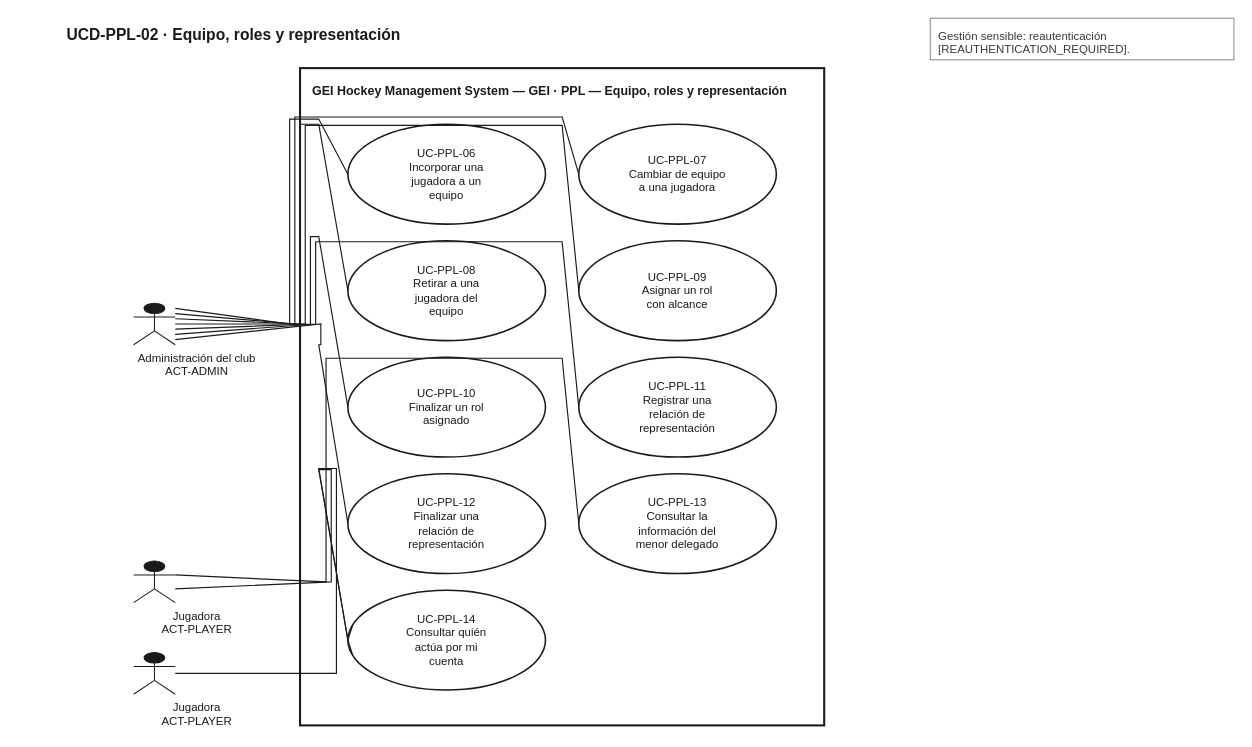
Above: docs/uml/use-cases/source-v1_1/UCD-PPL-02__GEI_Team_Roles_Representation.drawio in xeyroxpagode/Cluber (draw.io), before the change. Source tidied: cells renumbered, new cells numbered last; positions are measured from the earlier drawing's top-left corner, leaving out a move shared by most shapes. Both pictures are drawn from the tidied source at 104%, with x=0, y=0 at pixel (64, 18).
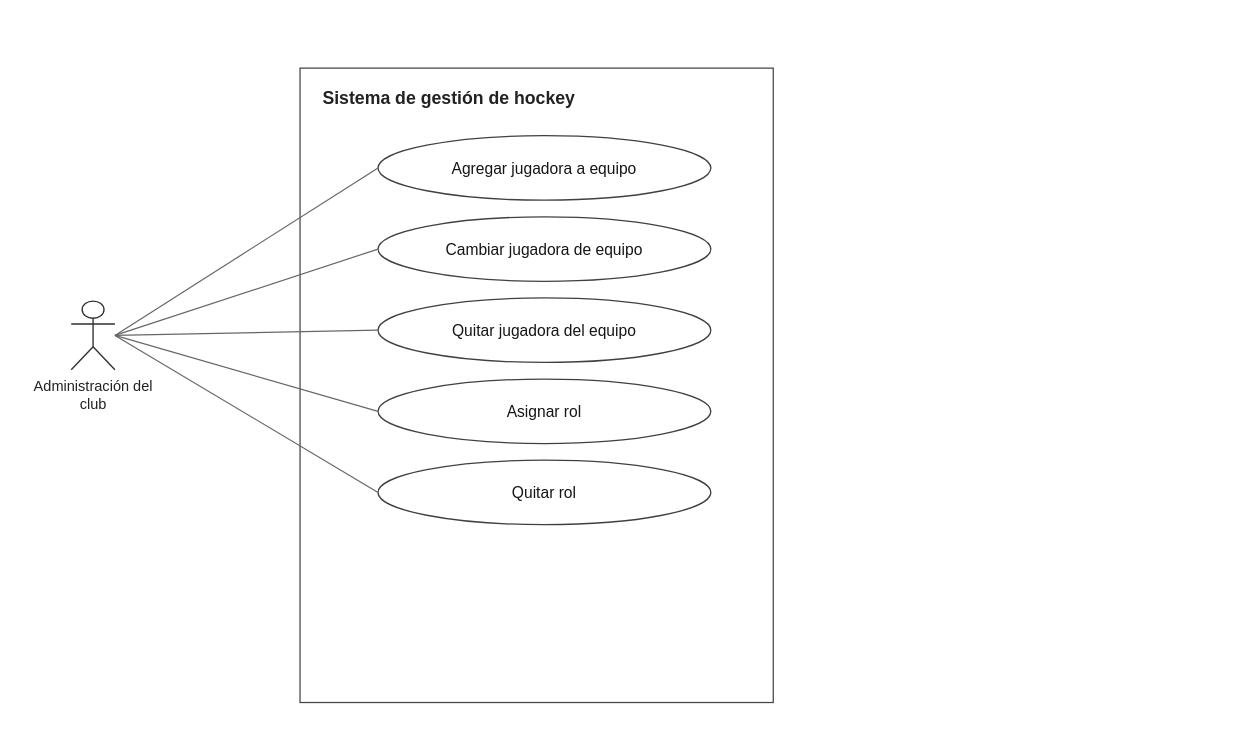
Above is the later version.

Change to the diagram source:
```diff
@@
-<mxGraphModel>
+<mxGraphModel background="#FFFFFF">
@@
-    <mxCell id="2" value="UCD-PPL-02 · Equipo, roles y representación" style="text;html=1;strokeColor=none;fillColor=none;align=left;verticalAlign=middle;fontFamily=Helvetica;fontSize=15;fontStyle=1;fontColor=#1A1A1A;" parent="1" vertex="1">
-      <mxGeometry y="2" width="800" height="26" as="geometry" />
-    </mxCell>
-    <mxCell id="3" value="GEI Hockey Management System — GEI · PPL — Equipo, roles y representación" style="rounded=0;whiteSpace=wrap;html=1;fillColor=#FFFFFF;strokeColor=#1A1A1A;strokeWidth=2;verticalAlign=top;align=left;spacingLeft=10;spacingTop=8;fontFamily=Helvetica;fontSize=12;fontStyle=1;fontColor=#1A1A1A;" parent="1" vertex="1">
-      <mxGeometry x="226" y="48" width="504" height="632" as="geometry" />
+    <mxCell id="3" value="Sistema de gestión de hockey" style="rounded=0;whiteSpace=wrap;html=1;fillColor=#FFFFFF;strokeColor=#444444;strokeWidth=1.2;fontStyle=1;fontSize=17;fontColor=#222222;align=left;verticalAlign=top;spacingLeft=20;spacingTop=13;" parent="1" vertex="1">
+      <mxGeometry x="226" y="48" width="455" height="610" as="geometry" />
     </mxCell>
-    <mxCell id="4" value="UC-PPL-06&lt;br&gt;Incorporar una&lt;br&gt;jugadora a un&lt;br&gt;equipo" style="ellipse;whiteSpace=wrap;html=1;fillColor=#FFFFFF;strokeColor=#1A1A1A;strokeWidth=1.5;fontFamily=Helvetica;fontSize=11;fontColor=#1A1A1A;align=center;verticalAlign=middle;" parent="1" vertex="1">
-      <mxGeometry x="272" y="102" width="190" height="96" as="geometry" />
-    </mxCell>
-    <mxCell id="5" value="UC-PPL-07&lt;br&gt;Cambiar de equipo&lt;br&gt;a una jugadora" style="ellipse;whiteSpace=wrap;html=1;fillColor=#FFFFFF;strokeColor=#1A1A1A;strokeWidth=1.5;fontFamily=Helvetica;fontSize=11;fontColor=#1A1A1A;align=center;verticalAlign=middle;" parent="1" vertex="1">
-      <mxGeometry x="494" y="102" width="190" height="96" as="geometry" />
-    </mxCell>
-    <mxCell id="6" value="UC-PPL-08&lt;br&gt;Retirar a una&lt;br&gt;jugadora del&lt;br&gt;equipo" style="ellipse;whiteSpace=wrap;html=1;fillColor=#FFFFFF;strokeColor=#1A1A1A;strokeWidth=1.5;fontFamily=Helvetica;fontSize=11;fontColor=#1A1A1A;align=center;verticalAlign=middle;" parent="1" vertex="1">
-      <mxGeometry x="272" y="214" width="190" height="96" as="geometry" />
-    </mxCell>
-    <mxCell id="7" value="UC-PPL-09&lt;br&gt;Asignar un rol&lt;br&gt;con alcance" style="ellipse;whiteSpace=wrap;html=1;fillColor=#FFFFFF;strokeColor=#1A1A1A;strokeWidth=1.5;fontFamily=Helvetica;fontSize=11;fontColor=#1A1A1A;align=center;verticalAlign=middle;" parent="1" vertex="1">
-      <mxGeometry x="494" y="214" width="190" height="96" as="geometry" />
-    </mxCell>
-    <mxCell id="8" value="UC-PPL-10&lt;br&gt;Finalizar un rol&lt;br&gt;asignado" style="ellipse;whiteSpace=wrap;html=1;fillColor=#FFFFFF;strokeColor=#1A1A1A;strokeWidth=1.5;fontFamily=Helvetica;fontSize=11;fontColor=#1A1A1A;align=center;verticalAlign=middle;" parent="1" vertex="1">
-      <mxGeometry x="272" y="326" width="190" height="96" as="geometry" />
-    </mxCell>
-    <mxCell id="9" value="UC-PPL-11&lt;br&gt;Registrar una&lt;br&gt;relación de&lt;br&gt;representación" style="ellipse;whiteSpace=wrap;html=1;fillColor=#FFFFFF;strokeColor=#1A1A1A;strokeWidth=1.5;fontFamily=Helvetica;fontSize=11;fontColor=#1A1A1A;align=center;verticalAlign=middle;" parent="1" vertex="1">
-      <mxGeometry x="494" y="326" width="190" height="96" as="geometry" />
-    </mxCell>
-    <mxCell id="10" value="UC-PPL-12&lt;br&gt;Finalizar una&lt;br&gt;relación de&lt;br&gt;representación" style="ellipse;whiteSpace=wrap;html=1;fillColor=#FFFFFF;strokeColor=#1A1A1A;strokeWidth=1.5;fontFamily=Helvetica;fontSize=11;fontColor=#1A1A1A;align=center;verticalAlign=middle;" parent="1" vertex="1">
-      <mxGeometry x="272" y="438" width="190" height="96" as="geometry" />
-    </mxCell>
-    <mxCell id="11" value="UC-PPL-13&lt;br&gt;Consultar la&lt;br&gt;información del&lt;br&gt;menor delegado" style="ellipse;whiteSpace=wrap;html=1;fillColor=#FFFFFF;strokeColor=#1A1A1A;strokeWidth=1.5;fontFamily=Helvetica;fontSize=11;fontColor=#1A1A1A;align=center;verticalAlign=middle;" parent="1" vertex="1">
-      <mxGeometry x="494" y="438" width="190" height="96" as="geometry" />
-    </mxCell>
-    <mxCell id="12" value="UC-PPL-14&lt;br&gt;Consultar quién&lt;br&gt;actúa por mi&lt;br&gt;cuenta" style="ellipse;whiteSpace=wrap;html=1;fillColor=#FFFFFF;strokeColor=#1A1A1A;strokeWidth=1.5;fontFamily=Helvetica;fontSize=11;fontColor=#1A1A1A;align=center;verticalAlign=middle;" parent="1" vertex="1">
-      <mxGeometry x="272" y="550" width="190" height="96" as="geometry" />
-    </mxCell>
-    <mxCell id="13" style="shape=umlActor;html=1;verticalLabelPosition=bottom;verticalAlign=top;align=center;labelBackgroundColor=#FFFFFF;fontFamily=Helvetica;fontSize=11;fontColor=#1A1A1A;strokeColor=#1A1A1A;fillColor=#1A1A1A;" parent="1" vertex="1">
-      <mxGeometry x="66" y="274" width="40" height="40" as="geometry" />
-    </mxCell>
-    <mxCell id="14" value="Administración del club&lt;br&gt;ACT-ADMIN" style="text;html=1;strokeColor=none;fillColor=none;align=center;verticalAlign=top;fontFamily=Helvetica;fontSize=11;fontColor=#1A1A1A;whiteSpace=wrap;" parent="1" vertex="1">
-      <mxGeometry x="42" y="314" width="170" height="28" as="geometry" />
-    </mxCell>
-    <mxCell id="15" style="shape=umlActor;html=1;verticalLabelPosition=bottom;verticalAlign=top;align=center;labelBackgroundColor=#FFFFFF;fontFamily=Helvetica;fontSize=11;fontColor=#1A1A1A;strokeColor=#1A1A1A;fillColor=#1A1A1A;" parent="1" vertex="1">
-      <mxGeometry x="66" y="522" width="40" height="40" as="geometry" />
-    </mxCell>
-    <mxCell id="16" value="Jugadora&lt;br&gt;ACT-PLAYER" style="text;html=1;strokeColor=none;fillColor=none;align=center;verticalAlign=top;fontFamily=Helvetica;fontSize=11;fontColor=#1A1A1A;whiteSpace=wrap;" parent="1" vertex="1">
-      <mxGeometry x="42" y="562" width="170" height="28" as="geometry" />
-    </mxCell>
-    <mxCell id="17" style="shape=umlActor;html=1;verticalLabelPosition=bottom;verticalAlign=top;align=center;labelBackgroundColor=#FFFFFF;fontFamily=Helvetica;fontSize=11;fontColor=#1A1A1A;strokeColor=#1A1A1A;fillColor=#1A1A1A;" parent="1" vertex="1">
-      <mxGeometry x="66" y="610" width="40" height="40" as="geometry" />
-    </mxCell>
-    <mxCell id="18" value="Jugadora&lt;br&gt;ACT-PLAYER" style="text;html=1;strokeColor=none;fillColor=none;align=center;verticalAlign=top;fontFamily=Helvetica;fontSize=11;fontColor=#1A1A1A;whiteSpace=wrap;" parent="1" vertex="1">
-      <mxGeometry x="42" y="650" width="170" height="28" as="geometry" />
-    </mxCell>
-    <mxCell id="19" value="Gestión sensible: reautenticación&lt;br&gt;[REAUTHENTICATION_REQUIRED]." style="rounded=0;whiteSpace=wrap;html=1;fillColor=#FFFFFF;strokeColor=#8C8C8C;strokeWidth=1;align=left;verticalAlign=top;spacingLeft=6;spacingTop=4;fontFamily=Helvetica;fontSize=11;fontColor=#3A3A3A;" parent="1" vertex="1">
-      <mxGeometry x="832" width="292" height="40" as="geometry" />
-    </mxCell>
-    <mxCell id="20" style="endArrow=none;html=1;rounded=0;strokeColor=#1A1A1A;strokeWidth=1.1;exitX=1;exitY=0.125;exitDx=0;exitDy=0;entryX=0;entryY=0.5;entryDx=0;entryDy=0;" parent="1" edge="1" source="13" target="4">
-      <mxGeometry relative="1" as="geometry">
-        <Array as="points">
-          <mxPoint x="216" y="294" />
-          <mxPoint x="216" y="97" />
-          <mxPoint x="244" y="97" />
-          <mxPoint x="272" y="150" />
-        </Array>
-      </mxGeometry>
-    </mxCell>
-    <mxCell id="21" style="endArrow=none;html=1;rounded=0;strokeColor=#1A1A1A;strokeWidth=1.1;exitX=1;exitY=0.25;exitDx=0;exitDy=0;entryX=0;entryY=0.5;entryDx=0;entryDy=0;" parent="1" edge="1" source="13" target="5">
-      <mxGeometry relative="1" as="geometry">
-        <Array as="points">
-          <mxPoint x="221" y="294" />
-          <mxPoint x="221" y="95" />
-          <mxPoint x="478" y="95" />
-          <mxPoint x="494" y="150" />
-        </Array>
-      </mxGeometry>
-    </mxCell>
-    <mxCell id="22" style="endArrow=none;html=1;rounded=0;strokeColor=#1A1A1A;strokeWidth=1.1;exitX=1;exitY=0.375;exitDx=0;exitDy=0;entryX=0;entryY=0.5;entryDx=0;entryDy=0;" parent="1" edge="1" source="13" target="6">
-      <mxGeometry relative="1" as="geometry">
-        <Array as="points">
-          <mxPoint x="226" y="294" />
-          <mxPoint x="226" y="102" />
-          <mxPoint x="244" y="102" />
-          <mxPoint x="272" y="262" />
-        </Array>
-      </mxGeometry>
-    </mxCell>
-    <mxCell id="23" style="endArrow=none;html=1;rounded=0;strokeColor=#1A1A1A;strokeWidth=1.1;exitX=1;exitY=0.5;exitDx=0;exitDy=0;entryX=0;entryY=0.5;entryDx=0;entryDy=0;" parent="1" edge="1" source="13" target="7">
-      <mxGeometry relative="1" as="geometry">
-        <Array as="points">
-          <mxPoint x="231" y="294" />
-          <mxPoint x="231" y="103" />
-          <mxPoint x="478" y="103" />
-          <mxPoint x="494" y="262" />
-        </Array>
-      </mxGeometry>
-    </mxCell>
-    <mxCell id="24" style="endArrow=none;html=1;rounded=0;strokeColor=#1A1A1A;strokeWidth=1.1;exitX=1;exitY=0.625;exitDx=0;exitDy=0;entryX=0;entryY=0.5;entryDx=0;entryDy=0;" parent="1" edge="1" source="13" target="8">
-      <mxGeometry relative="1" as="geometry">
-        <Array as="points">
-          <mxPoint x="236" y="294" />
-          <mxPoint x="236" y="210" />
-          <mxPoint x="244" y="210" />
-          <mxPoint x="272" y="374" />
-        </Array>
-      </mxGeometry>
-    </mxCell>
-    <mxCell id="25" style="endArrow=none;html=1;rounded=0;strokeColor=#1A1A1A;strokeWidth=1.1;exitX=1;exitY=0.75;exitDx=0;exitDy=0;entryX=0;entryY=0.5;entryDx=0;entryDy=0;" parent="1" edge="1" source="13" target="9">
-      <mxGeometry relative="1" as="geometry">
-        <Array as="points">
-          <mxPoint x="241" y="294" />
-          <mxPoint x="241" y="215" />
-          <mxPoint x="478" y="215" />
-          <mxPoint x="494" y="374" />
-        </Array>
-      </mxGeometry>
-    </mxCell>
-    <mxCell id="26" style="endArrow=none;html=1;rounded=0;strokeColor=#1A1A1A;strokeWidth=1.1;exitX=1;exitY=0.875;exitDx=0;exitDy=0;entryX=0;entryY=0.5;entryDx=0;entryDy=0;" parent="1" edge="1" source="13" target="10">
-      <mxGeometry relative="1" as="geometry">
-        <Array as="points">
-          <mxPoint x="246" y="294" />
-          <mxPoint x="246" y="314" />
-          <mxPoint x="244" y="314" />
-          <mxPoint x="272" y="486" />
-        </Array>
-      </mxGeometry>
-    </mxCell>
-    <mxCell id="27" style="endArrow=none;html=1;rounded=0;strokeColor=#1A1A1A;strokeWidth=1.1;exitX=1;exitY=0.3333333333333333;exitDx=0;exitDy=0;entryX=0;entryY=0.5;entryDx=0;entryDy=0;" parent="1" edge="1" source="15" target="11">
-      <mxGeometry relative="1" as="geometry">
-        <Array as="points">
-          <mxPoint x="251" y="542" />
-          <mxPoint x="251" y="327" />
-          <mxPoint x="478" y="327" />
-          <mxPoint x="494" y="486" />
-        </Array>
-      </mxGeometry>
-    </mxCell>
-    <mxCell id="28" style="endArrow=none;html=1;rounded=0;strokeColor=#1A1A1A;strokeWidth=1.1;exitX=1;exitY=0.6666666666666666;exitDx=0;exitDy=0;entryX=0;entryY=0.3333333333333333;entryDx=0;entryDy=0;" parent="1" edge="1" source="15" target="12">
-      <mxGeometry relative="1" as="geometry">
-        <Array as="points">
-          <mxPoint x="256" y="542" />
-          <mxPoint x="256" y="434" />
-          <mxPoint x="244" y="434" />
-          <mxPoint x="272" y="598" />
-        </Array>
-      </mxGeometry>
-    </mxCell>
-    <mxCell id="29" style="endArrow=none;html=1;rounded=0;strokeColor=#1A1A1A;strokeWidth=1.1;exitX=1;exitY=0.5;exitDx=0;exitDy=0;entryX=0;entryY=0.6666666666666666;entryDx=0;entryDy=0;" parent="1" edge="1" source="17" target="12">
-      <mxGeometry relative="1" as="geometry">
-        <Array as="points">
-          <mxPoint x="261" y="630" />
-          <mxPoint x="261" y="433" />
-          <mxPoint x="244" y="433" />
-          <mxPoint x="272" y="598" />
-        </Array>
-      </mxGeometry>
-    </mxCell>
+    <mxCell id="30" value="Agregar jugadora a equipo" style="ellipse;html=1;whiteSpace=wrap;fillColor=#FFFFFF;strokeColor=#404040;strokeWidth=1.25;fontColor=#161616;fontSize=15;align=center;verticalAlign=middle;spacing=10;" parent="1" vertex="1">
+      <mxGeometry x="301" y="113" width="320" height="62" as="geometry" />
+    </mxCell>
+    <mxCell id="31" value="Cambiar jugadora de equipo" style="ellipse;html=1;whiteSpace=wrap;fillColor=#FFFFFF;strokeColor=#404040;strokeWidth=1.25;fontColor=#161616;fontSize=15;align=center;verticalAlign=middle;spacing=10;" parent="1" vertex="1">
+      <mxGeometry x="301" y="191" width="320" height="62" as="geometry" />
+    </mxCell>
+    <mxCell id="32" value="Quitar jugadora del equipo" style="ellipse;html=1;whiteSpace=wrap;fillColor=#FFFFFF;strokeColor=#404040;strokeWidth=1.25;fontColor=#161616;fontSize=15;align=center;verticalAlign=middle;spacing=10;" parent="1" vertex="1">
+      <mxGeometry x="301" y="269" width="320" height="62" as="geometry" />
+    </mxCell>
+    <mxCell id="33" value="Asignar rol" style="ellipse;html=1;whiteSpace=wrap;fillColor=#FFFFFF;strokeColor=#404040;strokeWidth=1.25;fontColor=#161616;fontSize=15;align=center;verticalAlign=middle;spacing=10;" parent="1" vertex="1">
+      <mxGeometry x="301" y="347" width="320" height="62" as="geometry" />
+    </mxCell>
+    <mxCell id="34" value="Quitar rol" style="ellipse;html=1;whiteSpace=wrap;fillColor=#FFFFFF;strokeColor=#404040;strokeWidth=1.25;fontColor=#161616;fontSize=15;align=center;verticalAlign=middle;spacing=10;" parent="1" vertex="1">
+      <mxGeometry x="301" y="425" width="320" height="62" as="geometry" />
+    </mxCell>
+    <mxCell id="35" style="shape=umlActor;html=1;strokeColor=#303030;strokeWidth=1.3;fillColor=#FFFFFF;" parent="1" vertex="1">
+      <mxGeometry x="6" y="272" width="42" height="66" as="geometry" />
+    </mxCell>
+    <mxCell id="36" value="Administración del club" style="text;html=1;whiteSpace=wrap;align=center;verticalAlign=top;fontSize=14;fontColor=#222222;fillColor=none;strokeColor=none;" parent="1" vertex="1">
+      <mxGeometry x="-45" y="339" width="145" height="44" as="geometry" />
+    </mxCell>
+    <mxCell id="37" style="endArrow=none;startArrow=none;html=1;strokeColor=#666666;strokeWidth=1.15;rounded=0;edgeStyle=none;exitX=1;exitY=0.5;entryX=0;entryY=0.5;" parent="1" edge="1" source="35" target="30">
+      <mxGeometry relative="1" as="geometry" />
+    </mxCell>
+    <mxCell id="38" style="endArrow=none;startArrow=none;html=1;strokeColor=#666666;strokeWidth=1.15;rounded=0;edgeStyle=none;exitX=1;exitY=0.5;entryX=0;entryY=0.5;" parent="1" edge="1" source="35" target="31">
+      <mxGeometry relative="1" as="geometry" />
+    </mxCell>
+    <mxCell id="39" style="endArrow=none;startArrow=none;html=1;strokeColor=#666666;strokeWidth=1.15;rounded=0;edgeStyle=none;exitX=1;exitY=0.5;entryX=0;entryY=0.5;" parent="1" edge="1" source="35" target="32">
+      <mxGeometry relative="1" as="geometry" />
+    </mxCell>
+    <mxCell id="40" style="endArrow=none;startArrow=none;html=1;strokeColor=#666666;strokeWidth=1.15;rounded=0;edgeStyle=none;exitX=1;exitY=0.5;entryX=0;entryY=0.5;" parent="1" edge="1" source="35" target="33">
+      <mxGeometry relative="1" as="geometry" />
+    </mxCell>
+    <mxCell id="41" style="endArrow=none;startArrow=none;html=1;strokeColor=#666666;strokeWidth=1.15;rounded=0;edgeStyle=none;exitX=1;exitY=0.5;entryX=0;entryY=0.5;" parent="1" edge="1" source="35" target="34">
+      <mxGeometry relative="1" as="geometry" />
+    </mxCell>
```
